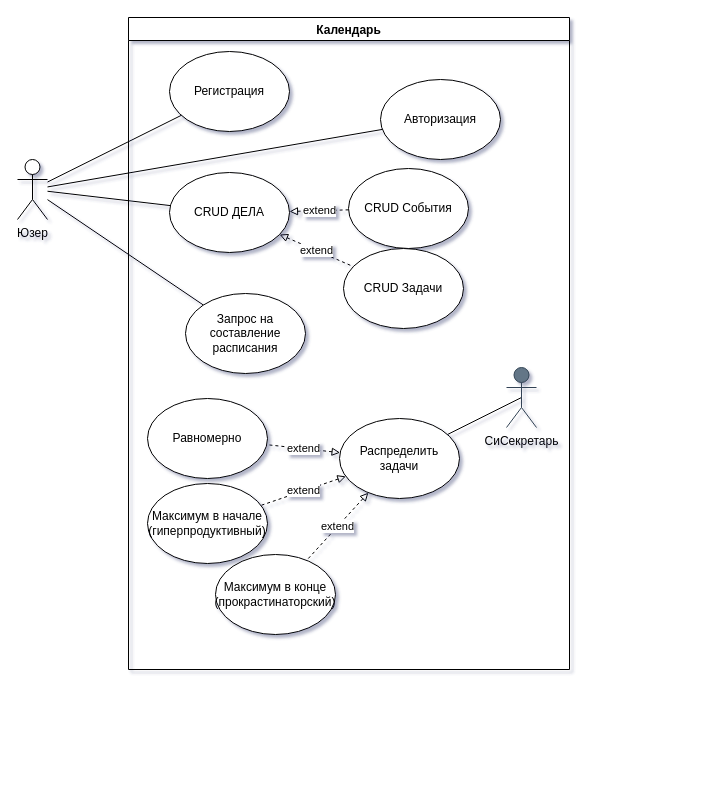
Earlier version of the draw.io diagram ProjFiles/UseCaseGigaChadCalendar.drawio (eukuz/ChadWebCalendar). Source tidied: cells renumbered, new cells numbered last; positions are measured from the earlier drawing's top-left corner, leaving out a move shared by most shapes. Both pictures are drawn from the tidied source at 100%, with x=0, y=0 at pixel (17, 17).
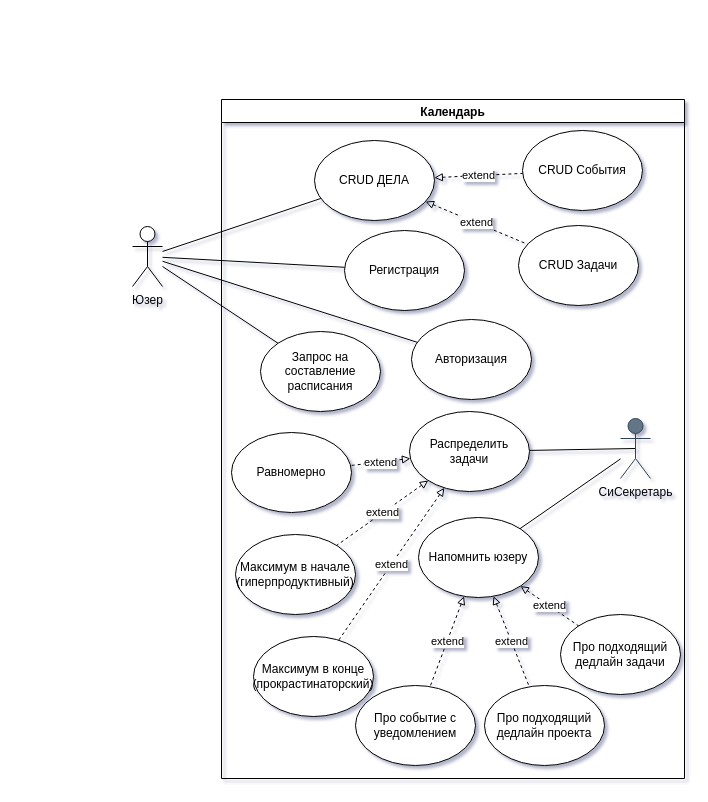
After the change.

Commit message (it also covers changes not shown here):
updated use case diagram

The edit, as a diff of the source:
```diff
@@
     <mxCell id="4" value="Юзер" style="shape=umlActor;verticalLabelPosition=bottom;verticalAlign=top;html=1;outlineConnect=0;" parent="1" vertex="1">
-      <mxGeometry y="142" width="30" height="60" as="geometry" />
+      <mxGeometry x="115" y="209" width="30" height="60" as="geometry" />
     </mxCell>
     <mxCell id="5" value="Календарь" style="swimlane;fontColor=#000000;" parent="1" vertex="1">
-      <mxGeometry x="111" width="441" height="652" as="geometry" />
+      <mxGeometry x="204" y="82" width="463" height="679" as="geometry" />
     </mxCell>
@@
     <mxCell id="7" value="СиСекретарь" style="shape=umlActor;verticalLabelPosition=bottom;verticalAlign=top;html=1;outlineConnect=0;fillColor=#647687;strokeColor=#314354;fontColor=#000000;" parent="5" vertex="1">
-      <mxGeometry x="378" y="350" width="30" height="60" as="geometry" />
+      <mxGeometry x="399" y="319" width="30" height="60" as="geometry" />
     </mxCell>
     <mxCell id="8" value="CRUD События" style="ellipse;whiteSpace=wrap;html=1;" parent="5" vertex="1">
-      <mxGeometry x="220" y="151" width="120" height="80" as="geometry" />
+      <mxGeometry x="301" y="31" width="120" height="80" as="geometry" />
     </mxCell>
     <mxCell id="9" value="&lt;div&gt;CRUD Задачи&lt;/div&gt;" style="ellipse;whiteSpace=wrap;html=1;" parent="5" vertex="1">
-      <mxGeometry x="215" y="231" width="120" height="80" as="geometry" />
+      <mxGeometry x="297" y="126" width="120" height="80" as="geometry" />
     </mxCell>
@@
     <mxCell id="11" value="CRUD ДЕЛА" style="ellipse;whiteSpace=wrap;html=1;" parent="5" vertex="1">
-      <mxGeometry x="41" y="155" width="120" height="80" as="geometry" />
+      <mxGeometry x="93" y="41" width="120" height="80" as="geometry" />
     </mxCell>
-    <mxCell id="12" value="Запрос на составление расписания" style="ellipse;whiteSpace=wrap;html=1;" parent="5" vertex="1">
-      <mxGeometry x="57" y="276" width="120" height="80" as="geometry" />
-    </mxCell>
     <mxCell id="13" value="Равномерно" style="ellipse;whiteSpace=wrap;html=1;" parent="5" vertex="1">
-      <mxGeometry x="19" y="381" width="120" height="80" as="geometry" />
+      <mxGeometry x="10" y="333" width="120" height="80" as="geometry" />
     </mxCell>
     <mxCell id="14" value="&lt;div&gt;Максимум в начале&lt;/div&gt;&lt;div&gt;(гиперпродуктивный)&lt;br&gt;&lt;span&gt;&lt;span&gt;&lt;/span&gt;&lt;/span&gt;&lt;/div&gt;" style="ellipse;whiteSpace=wrap;html=1;" parent="5" vertex="1">
-      <mxGeometry x="19" y="466" width="120" height="80" as="geometry" />
+      <mxGeometry x="14" y="435" width="120" height="80" as="geometry" />
     </mxCell>
@@
     <mxCell id="16" value="&lt;div&gt;Распределить задачи&lt;/div&gt;" style="ellipse;whiteSpace=wrap;html=1;" parent="5" vertex="1">
-      <mxGeometry x="211" y="401" width="120" height="80" as="geometry" />
+      <mxGeometry x="188" y="312" width="120" height="80" as="geometry" />
     </mxCell>
     <mxCell id="17" value="Максимум в конце (прокрастинаторский)" style="ellipse;whiteSpace=wrap;html=1;" parent="5" vertex="1">
-      <mxGeometry x="87" y="537" width="120" height="80" as="geometry" />
+      <mxGeometry x="32" y="537" width="120" height="80" as="geometry" />
     </mxCell>
@@
     <mxCell id="19" value="&lt;div&gt;Авторизация&lt;/div&gt;" style="ellipse;whiteSpace=wrap;html=1;" parent="5" vertex="1">
-      <mxGeometry x="252" y="62" width="120" height="80" as="geometry" />
+      <mxGeometry x="190" y="220" width="120" height="80" as="geometry" />
     </mxCell>
-    <mxCell id="20" value="Регистрация" style="ellipse;whiteSpace=wrap;html=1;" parent="5" vertex="1">
-      <mxGeometry x="41" y="34" width="120" height="80" as="geometry" />
-    </mxCell>
@@
+    <mxCell id="25" value="Напомнить юзеру" style="ellipse;whiteSpace=wrap;html=1;" parent="5" vertex="1">
+      <mxGeometry x="197" y="418" width="120" height="80" as="geometry" />
+    </mxCell>
+    <mxCell id="26" style="edgeStyle=none;rounded=0;jettySize=auto;html=1;fontColor=#000000;startArrow=none;startFill=0;endArrow=none;endFill=0;" parent="5" edge="1" source="7" target="25">
+      <mxGeometry relative="1" as="geometry" />
+    </mxCell>
+    <mxCell id="27" value="Про событие с уведомлением" style="ellipse;whiteSpace=wrap;html=1;" parent="5" vertex="1">
+      <mxGeometry x="134" y="586" width="120" height="80" as="geometry" />
+    </mxCell>
+    <mxCell id="28" value="extend" style="rounded=0;jettySize=auto;html=1;fontColor=#000000;endArrow=none;endFill=0;startArrow=block;startFill=0;dashed=1;" parent="5" edge="1" source="25" target="27">
+      <mxGeometry relative="1" as="geometry" />
+    </mxCell>
+    <mxCell id="29" value="Про подходящий дедлайн задачи" style="ellipse;whiteSpace=wrap;html=1;" parent="5" vertex="1">
+      <mxGeometry x="339" y="515" width="120" height="80" as="geometry" />
+    </mxCell>
+    <mxCell id="30" value="extend" style="rounded=0;jettySize=auto;html=1;fontColor=#000000;endArrow=none;endFill=0;startArrow=block;startFill=0;dashed=1;" parent="5" edge="1" source="25" target="29">
+      <mxGeometry relative="1" as="geometry" />
+    </mxCell>
+    <mxCell id="20" value="Регистрация" style="ellipse;whiteSpace=wrap;html=1;" parent="5" vertex="1">
+      <mxGeometry x="123" y="131" width="120" height="80" as="geometry" />
+    </mxCell>
+    <mxCell id="12" value="Запрос на составление расписания" style="ellipse;whiteSpace=wrap;html=1;" parent="5" vertex="1">
+      <mxGeometry x="39" y="232" width="120" height="80" as="geometry" />
+    </mxCell>
+    <mxCell id="31" value="Про подходящий дедлайн проекта" style="ellipse;whiteSpace=wrap;html=1;" parent="5" vertex="1">
+      <mxGeometry x="263" y="586" width="120" height="80" as="geometry" />
+    </mxCell>
+    <mxCell id="32" value="extend" style="rounded=0;jettySize=auto;html=1;fontColor=#000000;endArrow=none;endFill=0;startArrow=block;startFill=0;dashed=1;" parent="5" edge="1" source="25" target="31">
+      <mxGeometry relative="1" as="geometry" />
+    </mxCell>
```
